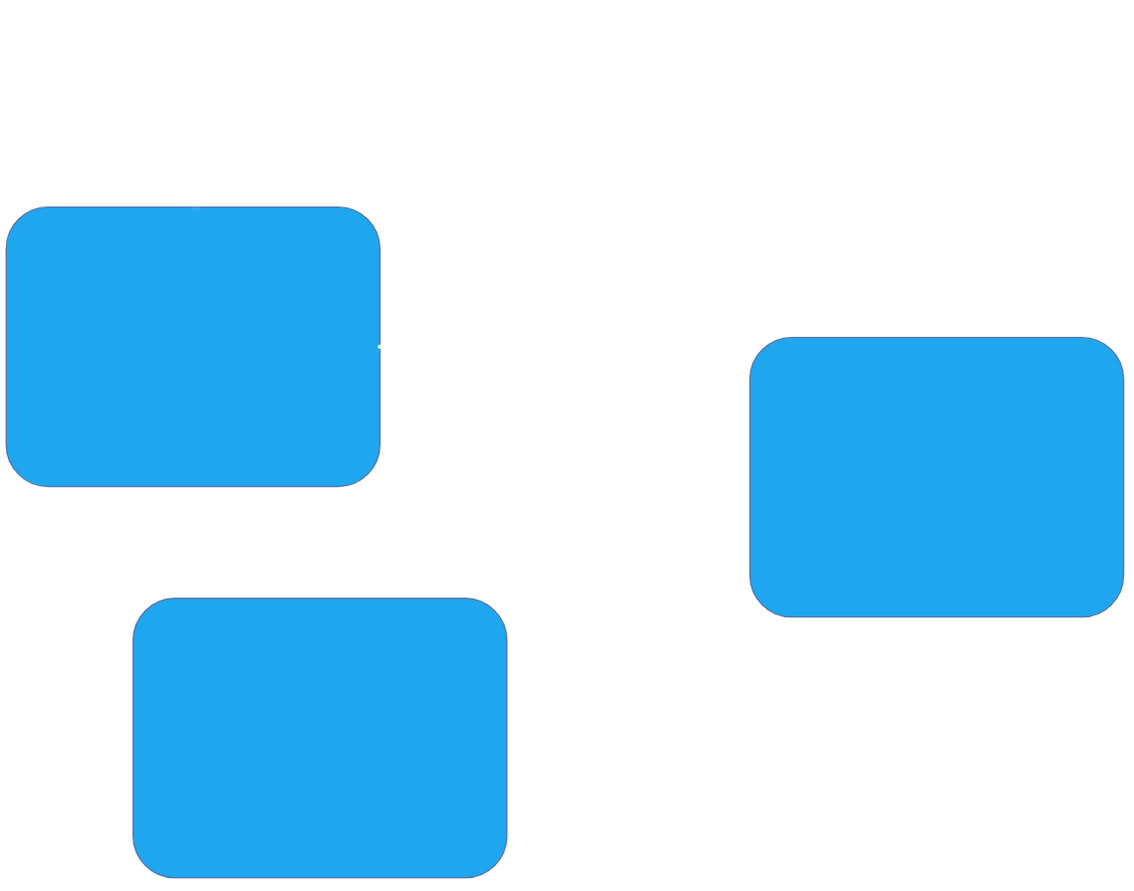
This is public/points.svg from GodofRussia/Archipelago-WEB, a draw.io export, as it was before one commit. Source tidied: cells renumbered, new cells last; positions are measured from the earlier drawing's top-left corner, leaving out a move shared by most shapes.
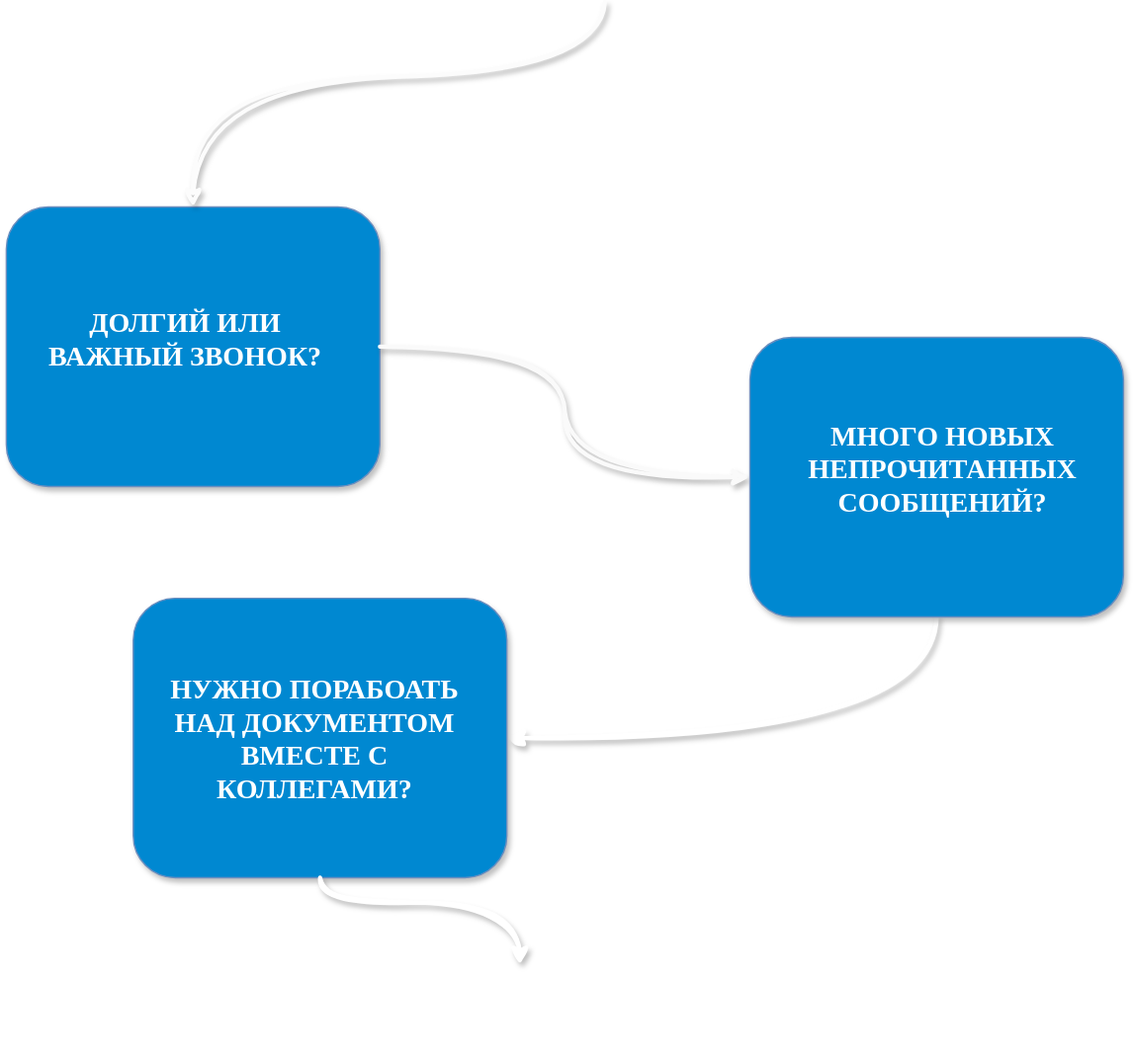
After the commit.

The edit, as a diff of the source:
```diff
@@ -1,20 +1,20 @@
-<mxGraphModel>
+<mxGraphModel background="#00000D">
   <root>
     <mxCell id="0" />
     <mxCell id="1" parent="0" />
     <mxCell id="2" style="group;" parent="1" vertex="1">
-      <mxGeometry width="807" height="633" as="geometry" />
+      <mxGeometry width="807" height="646" as="geometry" />
     </mxCell>
     <mxCell id="3" style="rounded=1;whiteSpace=wrap;html=1;fillColor=#0088d1;strokeColor=#6c8ebf;shadow=1;textShadow=1;" parent="2" vertex="1">
       <mxGeometry y="148.1" width="269.9" height="202" as="geometry" />
     </mxCell>
-    <mxCell id="4" style="endArrow=classic;html=1;rounded=0;entryX=0;entryY=0.5;entryDx=0;entryDy=0;strokeWidth=3;shadow=1;textShadow=1;jumpStyle=arc;flowAnimation=0;sketch=1;curveFitting=1;jiggle=2;edgeStyle=orthogonalEdgeStyle;curved=1;" parent="2" edge="1" source="3" target="7">
+    <mxCell id="4" style="endArrow=classic;html=1;rounded=0;entryX=0;entryY=0.5;entryDx=0;entryDy=0;strokeWidth=3;shadow=1;textShadow=1;jumpStyle=arc;flowAnimation=0;sketch=1;curveFitting=1;jiggle=2;edgeStyle=orthogonalEdgeStyle;curved=1;strokeColor=#FAFAFA;" parent="2" edge="1" source="3" target="7">
       <mxGeometry relative="1" as="geometry" />
     </mxCell>
-    <mxCell id="5" style="endArrow=classic;html=1;rounded=0;entryX=1;entryY=0.5;entryDx=0;entryDy=0;strokeWidth=3;shadow=1;textShadow=1;jumpStyle=arc;flowAnimation=0;sketch=1;curveFitting=1;jiggle=2;edgeStyle=orthogonalEdgeStyle;curved=1;exitX=0.5;exitY=1;exitDx=0;exitDy=0;" parent="2" edge="1" source="7" target="8">
+    <mxCell id="5" style="endArrow=classic;html=1;rounded=0;entryX=1;entryY=0.5;entryDx=0;entryDy=0;strokeWidth=3;shadow=1;textShadow=1;jumpStyle=arc;flowAnimation=0;sketch=1;curveFitting=1;jiggle=2;edgeStyle=orthogonalEdgeStyle;curved=1;exitX=0.5;exitY=1;exitDx=0;exitDy=0;strokeColor=#FFFFFF;" parent="2" edge="1" source="7" target="8">
       <mxGeometry relative="1" as="geometry" />
     </mxCell>
-    <mxCell id="6" style="endArrow=classic;html=1;rounded=0;entryX=0.5;entryY=0;entryDx=0;entryDy=0;strokeWidth=3;shadow=1;textShadow=1;jumpStyle=arc;flowAnimation=0;sketch=1;curveFitting=1;jiggle=2;edgeStyle=orthogonalEdgeStyle;curved=1;" parent="2" edge="1" target="3">
+    <mxCell id="6" style="endArrow=classic;html=1;rounded=0;entryX=0.5;entryY=0;entryDx=0;entryDy=0;strokeWidth=3;shadow=1;textShadow=1;jumpStyle=arc;flowAnimation=0;sketch=1;curveFitting=1;jiggle=2;edgeStyle=orthogonalEdgeStyle;curved=1;strokeColor=#FCFCFC;" parent="2" edge="1" target="3">
       <mxGeometry relative="1" as="geometry">
         <mxPoint x="432.3" as="sourcePoint" />
         <Array as="points">
@@ -29,5 +29,26 @@
     <mxCell id="8" style="rounded=1;whiteSpace=wrap;html=1;fillColor=#0088d1;strokeColor=#6c8ebf;shadow=1;textShadow=1;" parent="2" vertex="1">
       <mxGeometry x="91.7" y="431" width="269.9" height="202" as="geometry" />
     </mxCell>
+    <mxCell id="9" value="&lt;font style=&quot;font-size: 20px;&quot; face=&quot;Verdana&quot;&gt;&lt;b&gt;&lt;font style=&quot;font-size: 20px;&quot; color=&quot;#ffffff&quot;&gt;ДОЛГИЙ ИЛИ ВАЖНЫЙ ЗВОНОК?&lt;/font&gt;&lt;br&gt;&lt;/b&gt;&lt;/font&gt;" style="text;html=1;align=center;verticalAlign=middle;whiteSpace=wrap;rounded=0;" parent="2" vertex="1">
+      <mxGeometry x="16" y="208" width="227" height="70" as="geometry" />
+    </mxCell>
+    <mxCell id="10" value="&lt;font style=&quot;font-size: 20px;&quot; face=&quot;Verdana&quot; color=&quot;#ffffff&quot;&gt;&lt;b&gt;МНОГО НОВЫХ НЕПРОЧИТАННЫХ СООБЩЕНИЙ?&lt;br&gt;&lt;/b&gt;&lt;/font&gt;" style="text;html=1;align=center;verticalAlign=middle;whiteSpace=wrap;rounded=0;" parent="2" vertex="1">
+      <mxGeometry x="563" y="302" width="227" height="70" as="geometry" />
+    </mxCell>
+    <mxCell id="11" value="&lt;font style=&quot;font-size: 20px;&quot; color=&quot;#ffffff&quot; face=&quot;Verdana&quot;&gt;&lt;b&gt;НУЖНО ПОРАБОАТЬ НАД ДОКУМЕНТОМ ВМЕСТЕ С КОЛЛЕГАМИ?&lt;br&gt;&lt;/b&gt;&lt;/font&gt;" style="text;html=1;align=center;verticalAlign=middle;whiteSpace=wrap;rounded=0;" parent="2" vertex="1">
+      <mxGeometry x="107" y="453.2" width="231.6" height="157.5" as="geometry" />
+    </mxCell>
+    <mxCell id="12" style="endArrow=classic;html=1;rounded=0;strokeWidth=3;shadow=1;textShadow=1;jumpStyle=arc;flowAnimation=0;sketch=1;curveFitting=1;jiggle=2;edgeStyle=orthogonalEdgeStyle;curved=1;exitX=0.5;exitY=1;exitDx=0;exitDy=0;strokeColor=#FFFFFF;" parent="1" edge="1" source="8">
+      <mxGeometry relative="1" as="geometry">
+        <mxPoint x="371" y="696" as="targetPoint" />
+        <Array as="points">
+          <mxPoint x="226" y="651" />
+          <mxPoint x="371" y="651" />
+        </Array>
+      </mxGeometry>
+    </mxCell>
+    <mxCell id="13" value="&lt;font size=&quot;1&quot; color=&quot;#ffffff&quot; face=&quot;Verdana&quot;&gt;&lt;b style=&quot;font-size: 42px;&quot;&gt;ARCHIPELAGO&lt;/b&gt;&lt;/font&gt;" style="text;html=1;align=center;verticalAlign=middle;whiteSpace=wrap;rounded=0;" parent="1" vertex="1">
+      <mxGeometry x="277" y="695" width="227" height="70" as="geometry" />
+    </mxCell>
   </root>
 </mxGraphModel>
```
